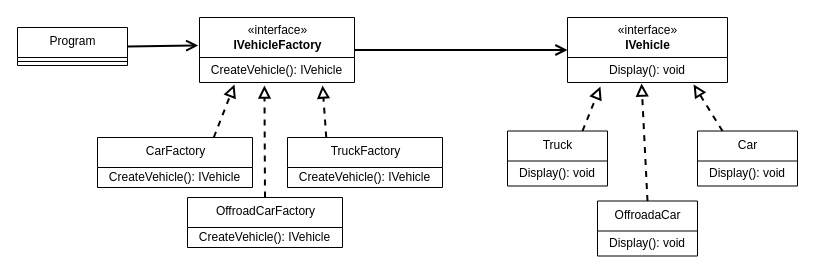
This is DesignPatterns/Creational/FactoryMethod/Uml/factory_method.drawio from krystianpetek/DesignPatterns, a draw.io file, before an edit. Source tidied: cells renumbered, new cells numbered last; positions are measured from the earlier drawing's top-left corner, leaving out a move shared by most shapes. Both pictures are drawn from the tidied source at 100%, with x=0, y=0 at pixel (17, 17).
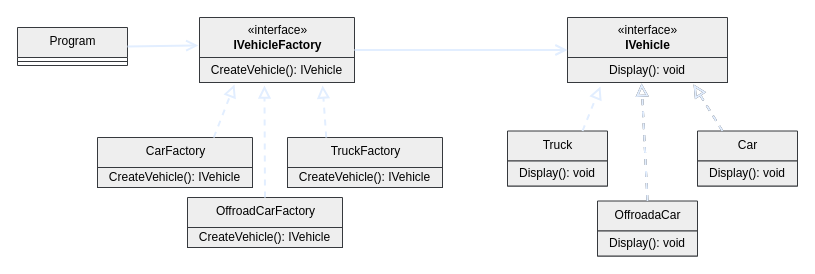
The same page after the edit.

Commit message (it also covers changes not shown here):
Created Singleton pattern example and fixed added also UML diagram

Diff of the diagram source:
```diff
@@
-    <mxCell id="2" value="&lt;span style=&quot;font-weight: 400;&quot;&gt;«interface»&lt;/span&gt;&lt;br style=&quot;font-weight: 400;&quot;&gt;&lt;b&gt;IVehicleFactory&lt;/b&gt;" style="swimlane;fontStyle=1;align=center;verticalAlign=middle;horizontal=1;startSize=40;html=1;" parent="1" vertex="1">
+    <mxCell id="2" value="&lt;span style=&quot;font-weight: 400;&quot;&gt;«interface»&lt;/span&gt;&lt;br style=&quot;font-weight: 400;&quot;&gt;&lt;b&gt;IVehicleFactory&lt;/b&gt;" style="swimlane;fontStyle=1;align=center;verticalAlign=middle;horizontal=1;startSize=40;html=1;fillColor=#eeeeee;strokeColor=#36393D;fontColor=#000000;" parent="1" vertex="1">
       <mxGeometry x="182" width="155" height="65" as="geometry" />
     </mxCell>
-    <mxCell id="3" value="CreateVehicle(): IVehicle" style="text;html=1;strokeColor=none;fillColor=none;align=center;verticalAlign=middle;spacingLeft=4;spacingRight=4;overflow=hidden;points=[[0,0.5],[1,0.5]];portConstraint=eastwest;" parent="2" vertex="1">
+    <mxCell id="3" value="CreateVehicle(): IVehicle" style="text;html=1;align=center;verticalAlign=middle;spacingLeft=4;spacingRight=4;overflow=hidden;points=[[0,0.5],[1,0.5]];portConstraint=eastwest;fillColor=#eeeeee;strokeColor=#36393D;fontColor=#000000;" parent="2" vertex="1">
       <mxGeometry y="40" width="155" height="25" as="geometry" />
     </mxCell>
-    <mxCell id="4" value="Program" style="swimlane;fontStyle=0;align=center;verticalAlign=top;horizontal=1;startSize=30;html=1;" parent="1" vertex="1">
+    <mxCell id="4" value="Program" style="swimlane;fontStyle=0;align=center;verticalAlign=top;horizontal=1;startSize=30;html=1;swimlaneFillColor=none;fillColor=#eeeeee;strokeColor=#36393D;fontColor=#000000;" parent="1" vertex="1">
       <mxGeometry y="10" width="110" height="38" as="geometry" />
     </mxCell>
-    <mxCell id="5" style="line;strokeWidth=1;fillColor=none;align=left;verticalAlign=middle;spacingTop=-1;spacingLeft=3;spacingRight=3;labelPosition=right;" parent="4" vertex="1">
+    <mxCell id="5" style="line;strokeWidth=1;align=left;verticalAlign=middle;spacingTop=-1;spacingLeft=3;spacingRight=3;labelPosition=right;fillColor=#eeeeee;strokeColor=#36393D;fontColor=#000000;" parent="4" vertex="1">
       <mxGeometry y="30" width="110" height="8" as="geometry" />
     </mxCell>
-    <mxCell id="6" style="endArrow=open;startArrow=none;endFill=0;startFill=0;endSize=8;html=1;verticalAlign=bottom;labelBackgroundColor=none;strokeWidth=2;sketch=0;exitX=1;exitY=0.5;exitDx=0;exitDy=0;entryX=-0.008;entryY=0.431;entryDx=0;entryDy=0;entryPerimeter=0;" parent="1" edge="1" source="4" target="2">
+    <mxCell id="6" style="endArrow=open;startArrow=none;endFill=0;startFill=0;endSize=8;html=1;verticalAlign=bottom;labelBackgroundColor=none;strokeWidth=2;sketch=0;exitX=1;exitY=0.5;exitDx=0;exitDy=0;entryX=-0.008;entryY=0.431;entryDx=0;entryDy=0;entryPerimeter=0;fillColor=#eeeeee;strokeColor=#E2EEFF;fontColor=#000000;" parent="1" edge="1" source="4" target="2">
       <mxGeometry relative="1" as="geometry" />
     </mxCell>
-    <mxCell id="7" value="CarFactory" style="swimlane;fontStyle=0;align=center;verticalAlign=top;horizontal=1;startSize=30;html=1;" parent="1" vertex="1">
+    <mxCell id="7" value="CarFactory" style="swimlane;fontStyle=0;align=center;verticalAlign=top;horizontal=1;startSize=30;html=1;fillColor=#eeeeee;strokeColor=#36393D;fontColor=#000000;" parent="1" vertex="1">
       <mxGeometry x="80" y="120" width="155" height="50" as="geometry" />
     </mxCell>
-    <mxCell id="8" value="CreateVehicle(): IVehicle" style="text;html=1;strokeColor=none;fillColor=none;align=center;verticalAlign=middle;spacingLeft=4;spacingRight=4;overflow=hidden;" parent="7" vertex="1">
+    <mxCell id="8" value="CreateVehicle(): IVehicle" style="text;html=1;align=center;verticalAlign=middle;spacingLeft=4;spacingRight=4;overflow=hidden;fillColor=#eeeeee;strokeColor=#36393D;fontColor=#000000;" parent="7" vertex="1">
       <mxGeometry y="30" width="155" height="20" as="geometry" />
     </mxCell>
-    <mxCell id="9" value="&lt;span style=&quot;font-weight: 400;&quot;&gt;«interface»&lt;/span&gt;&lt;br style=&quot;font-weight: 400;&quot;&gt;&lt;b&gt;IVehicle&lt;/b&gt;" style="swimlane;fontStyle=1;align=center;verticalAlign=middle;horizontal=1;startSize=40;html=1;" parent="1" vertex="1">
+    <mxCell id="9" value="&lt;span style=&quot;font-weight: 400;&quot;&gt;«interface»&lt;/span&gt;&lt;br style=&quot;font-weight: 400;&quot;&gt;&lt;b&gt;IVehicle&lt;/b&gt;" style="swimlane;fontStyle=1;align=center;verticalAlign=middle;horizontal=1;startSize=40;html=1;fillColor=#eeeeee;strokeColor=#36393D;fontColor=#000000;" parent="1" vertex="1">
       <mxGeometry x="550" width="160" height="65" as="geometry" />
     </mxCell>
-    <mxCell id="10" value="Display(): void" style="text;html=1;strokeColor=none;fillColor=none;align=center;verticalAlign=middle;spacingLeft=4;spacingRight=4;overflow=hidden;points=[[0,0.5],[1,0.5]];portConstraint=eastwest;" parent="9" vertex="1">
+    <mxCell id="10" value="Display(): void" style="text;html=1;align=center;verticalAlign=middle;spacingLeft=4;spacingRight=4;overflow=hidden;points=[[0,0.5],[1,0.5]];portConstraint=eastwest;fillColor=#eeeeee;strokeColor=#36393D;fontColor=#000000;" parent="9" vertex="1">
       <mxGeometry y="40" width="160" height="25" as="geometry" />
     </mxCell>
-    <mxCell id="11" value="OffroadCarFactory" style="swimlane;fontStyle=0;align=center;verticalAlign=top;horizontal=1;startSize=30;html=1;" parent="1" vertex="1">
+    <mxCell id="11" value="OffroadCarFactory" style="swimlane;fontStyle=0;align=center;verticalAlign=top;horizontal=1;startSize=30;html=1;fillColor=#eeeeee;strokeColor=#36393D;fontColor=#000000;" parent="1" vertex="1">
       <mxGeometry x="170" y="180" width="155" height="50" as="geometry" />
     </mxCell>
-    <mxCell id="12" value="CreateVehicle(): IVehicle" style="text;html=1;strokeColor=none;fillColor=none;align=center;verticalAlign=middle;spacingLeft=4;spacingRight=4;overflow=hidden;" parent="11" vertex="1">
+    <mxCell id="12" value="CreateVehicle(): IVehicle" style="text;html=1;align=center;verticalAlign=middle;spacingLeft=4;spacingRight=4;overflow=hidden;fillColor=#eeeeee;strokeColor=#36393D;fontColor=#000000;" parent="11" vertex="1">
       <mxGeometry y="30" width="155" height="20" as="geometry" />
     </mxCell>
-    <mxCell id="13" value="TruckFactory" style="swimlane;fontStyle=0;align=center;verticalAlign=top;horizontal=1;startSize=30;html=1;" parent="1" vertex="1">
+    <mxCell id="13" value="TruckFactory" style="swimlane;fontStyle=0;align=center;verticalAlign=top;horizontal=1;startSize=30;html=1;fillColor=#eeeeee;strokeColor=#36393D;fontColor=#000000;" parent="1" vertex="1">
       <mxGeometry x="270" y="120" width="155" height="50" as="geometry" />
     </mxCell>
-    <mxCell id="14" value="CreateVehicle(): IVehicle" style="text;html=1;strokeColor=none;fillColor=none;align=center;verticalAlign=middle;spacingLeft=4;spacingRight=4;overflow=hidden;" parent="13" vertex="1">
+    <mxCell id="14" value="CreateVehicle(): IVehicle" style="text;html=1;align=center;verticalAlign=middle;spacingLeft=4;spacingRight=4;overflow=hidden;fillColor=#eeeeee;strokeColor=#36393D;fontColor=#000000;" parent="13" vertex="1">
       <mxGeometry y="30" width="155" height="20" as="geometry" />
     </mxCell>
-    <mxCell id="15" style="endArrow=block;startArrow=none;endFill=0;startFill=0;endSize=8;html=1;verticalAlign=bottom;dashed=1;labelBackgroundColor=none;strokeWidth=2;entryX=0.226;entryY=1.08;entryDx=0;entryDy=0;entryPerimeter=0;exitX=0.75;exitY=0;exitDx=0;exitDy=0;" parent="1" edge="1" source="7" target="3">
+    <mxCell id="15" style="endArrow=block;startArrow=none;endFill=0;startFill=0;endSize=8;html=1;verticalAlign=bottom;dashed=1;labelBackgroundColor=none;strokeWidth=2;entryX=0.226;entryY=1.08;entryDx=0;entryDy=0;entryPerimeter=0;exitX=0.75;exitY=0;exitDx=0;exitDy=0;fillColor=#eeeeee;strokeColor=#E2EEFF;fontColor=#000000;" parent="1" edge="1" source="7" target="3">
       <mxGeometry relative="1" as="geometry" />
     </mxCell>
-    <mxCell id="16" style="endArrow=open;startArrow=none;endFill=0;startFill=0;endSize=8;html=1;verticalAlign=bottom;labelBackgroundColor=none;strokeWidth=2;entryX=0;entryY=0.5;entryDx=0;entryDy=0;exitX=1;exitY=0.5;exitDx=0;exitDy=0;" parent="1" edge="1" source="2" target="9">
+    <mxCell id="16" style="endArrow=open;startArrow=none;endFill=0;startFill=0;endSize=8;html=1;verticalAlign=bottom;labelBackgroundColor=none;strokeWidth=2;entryX=0;entryY=0.5;entryDx=0;entryDy=0;exitX=1;exitY=0.5;exitDx=0;exitDy=0;fillColor=#eeeeee;strokeColor=#E2EEFF;fontColor=#000000;" parent="1" edge="1" source="2" target="9">
       <mxGeometry relative="1" as="geometry" />
     </mxCell>
-    <mxCell id="17" style="endArrow=block;startArrow=none;endFill=0;startFill=0;endSize=8;html=1;verticalAlign=bottom;dashed=1;labelBackgroundColor=none;strokeWidth=2;entryX=0.794;entryY=1.12;entryDx=0;entryDy=0;entryPerimeter=0;exitX=0.25;exitY=0;exitDx=0;exitDy=0;" parent="1" edge="1" source="13" target="3">
+    <mxCell id="17" style="endArrow=block;startArrow=none;endFill=0;startFill=0;endSize=8;html=1;verticalAlign=bottom;dashed=1;labelBackgroundColor=none;strokeWidth=2;entryX=0.794;entryY=1.12;entryDx=0;entryDy=0;entryPerimeter=0;exitX=0.25;exitY=0;exitDx=0;exitDy=0;fillColor=#eeeeee;strokeColor=#E2EEFF;fontColor=#000000;" parent="1" edge="1" source="13" target="3">
       <mxGeometry relative="1" as="geometry" />
     </mxCell>
-    <mxCell id="18" style="endArrow=block;startArrow=none;endFill=0;startFill=0;endSize=8;html=1;verticalAlign=bottom;dashed=1;labelBackgroundColor=none;strokeWidth=2;entryX=0.419;entryY=1.12;entryDx=0;entryDy=0;entryPerimeter=0;exitX=0.5;exitY=0;exitDx=0;exitDy=0;" parent="1" edge="1" source="11" target="3">
+    <mxCell id="18" style="endArrow=block;startArrow=none;endFill=0;startFill=0;endSize=8;html=1;verticalAlign=bottom;dashed=1;labelBackgroundColor=none;strokeWidth=2;entryX=0.419;entryY=1.12;entryDx=0;entryDy=0;entryPerimeter=0;exitX=0.5;exitY=0;exitDx=0;exitDy=0;fillColor=#eeeeee;strokeColor=#E2EEFF;fontColor=#000000;" parent="1" edge="1" source="11" target="3">
       <mxGeometry relative="1" as="geometry" />
     </mxCell>
-    <mxCell id="19" value="Truck" style="swimlane;fontStyle=0;align=center;verticalAlign=top;horizontal=1;startSize=30;html=1;" parent="1" vertex="1">
+    <mxCell id="19" value="Truck" style="swimlane;fontStyle=0;align=center;verticalAlign=top;horizontal=1;startSize=30;html=1;fillColor=#eeeeee;strokeColor=#36393D;fontColor=#000000;" parent="1" vertex="1">
       <mxGeometry x="490" y="113.5" width="100" height="55" as="geometry" />
     </mxCell>
-    <mxCell id="20" value="Display(): void" style="text;html=1;strokeColor=none;fillColor=none;align=center;verticalAlign=middle;spacingLeft=4;spacingRight=4;overflow=hidden;" parent="19" vertex="1">
+    <mxCell id="20" value="Display(): void" style="text;html=1;align=center;verticalAlign=middle;spacingLeft=4;spacingRight=4;overflow=hidden;fillColor=#eeeeee;strokeColor=#36393D;fontColor=#000000;" parent="19" vertex="1">
       <mxGeometry y="30" width="100" height="25" as="geometry" />
     </mxCell>
-    <mxCell id="21" style="endArrow=block;startArrow=none;endFill=0;startFill=0;endSize=8;html=1;verticalAlign=bottom;dashed=1;labelBackgroundColor=none;strokeWidth=2;entryX=0.206;entryY=1.16;entryDx=0;entryDy=0;entryPerimeter=0;exitX=0.75;exitY=0;exitDx=0;exitDy=0;" parent="1" edge="1" source="19" target="10">
+    <mxCell id="21" style="endArrow=block;startArrow=none;endFill=0;startFill=0;endSize=8;html=1;verticalAlign=bottom;dashed=1;labelBackgroundColor=none;strokeWidth=2;entryX=0.206;entryY=1.16;entryDx=0;entryDy=0;entryPerimeter=0;exitX=0.75;exitY=0;exitDx=0;exitDy=0;fillColor=#eeeeee;strokeColor=#E2EEFF;fontColor=#000000;" parent="1" edge="1" source="19" target="10">
       <mxGeometry relative="1" as="geometry" />
     </mxCell>
-    <mxCell id="22" value="Car" style="swimlane;fontStyle=0;align=center;verticalAlign=top;horizontal=1;startSize=30;html=1;" parent="1" vertex="1">
+    <mxCell id="22" value="Car" style="swimlane;fontStyle=0;align=center;verticalAlign=top;horizontal=1;startSize=30;html=1;fillColor=#eeeeee;strokeColor=#36393D;fontColor=#000000;" parent="1" vertex="1">
       <mxGeometry x="680" y="113.5" width="100" height="55" as="geometry" />
     </mxCell>
-    <mxCell id="23" value="Display(): void" style="text;html=1;strokeColor=none;fillColor=none;align=center;verticalAlign=middle;spacingLeft=4;spacingRight=4;overflow=hidden;" parent="22" vertex="1">
+    <mxCell id="23" value="Display(): void" style="text;html=1;align=center;verticalAlign=middle;spacingLeft=4;spacingRight=4;overflow=hidden;fillColor=#eeeeee;strokeColor=#36393D;fontColor=#000000;" parent="22" vertex="1">
       <mxGeometry y="30" width="100" height="25" as="geometry" />
     </mxCell>
-    <mxCell id="24" style="endArrow=block;startArrow=none;endFill=0;startFill=0;endSize=8;html=1;verticalAlign=bottom;dashed=1;labelBackgroundColor=none;strokeWidth=2;entryX=0.788;entryY=1.08;entryDx=0;entryDy=0;exitX=0.25;exitY=0;exitDx=0;exitDy=0;entryPerimeter=0;" parent="1" edge="1" source="22" target="10">
+    <mxCell id="24" style="endArrow=block;startArrow=none;endFill=0;startFill=0;endSize=8;html=1;verticalAlign=bottom;dashed=1;labelBackgroundColor=none;strokeWidth=2;entryX=0.788;entryY=1.08;entryDx=0;entryDy=0;exitX=0.25;exitY=0;exitDx=0;exitDy=0;entryPerimeter=0;fillColor=#eeeeee;strokeColor=#36393D;fontColor=#000000;" parent="1" edge="1" source="22" target="10">
       <mxGeometry relative="1" as="geometry" />
     </mxCell>
-    <mxCell id="25" value="OffroadaCar" style="swimlane;fontStyle=0;align=center;verticalAlign=top;horizontal=1;startSize=30;html=1;" parent="1" vertex="1">
+    <mxCell id="25" value="OffroadaCar" style="swimlane;fontStyle=0;align=center;verticalAlign=top;horizontal=1;startSize=30;html=1;fillColor=#eeeeee;strokeColor=#36393D;fontColor=#000000;" parent="1" vertex="1">
       <mxGeometry x="580" y="183.5" width="100" height="55" as="geometry" />
     </mxCell>
-    <mxCell id="26" value="Display(): void" style="text;html=1;strokeColor=none;fillColor=none;align=center;verticalAlign=middle;spacingLeft=4;spacingRight=4;overflow=hidden;" parent="25" vertex="1">
+    <mxCell id="26" value="Display(): void" style="text;html=1;align=center;verticalAlign=middle;spacingLeft=4;spacingRight=4;overflow=hidden;fillColor=#eeeeee;strokeColor=#36393D;fontColor=#000000;" parent="25" vertex="1">
       <mxGeometry y="30" width="100" height="25" as="geometry" />
     </mxCell>
-    <mxCell id="27" style="endArrow=block;startArrow=none;endFill=0;startFill=0;endSize=8;html=1;verticalAlign=bottom;dashed=1;labelBackgroundColor=none;strokeWidth=2;entryX=0.463;entryY=1.04;entryDx=0;entryDy=0;entryPerimeter=0;exitX=0.5;exitY=0;exitDx=0;exitDy=0;" parent="1" edge="1" source="25" target="10">
+    <mxCell id="27" style="endArrow=block;startArrow=none;endFill=0;startFill=0;endSize=8;html=1;verticalAlign=bottom;dashed=1;labelBackgroundColor=none;strokeWidth=2;entryX=0.463;entryY=1.04;entryDx=0;entryDy=0;entryPerimeter=0;exitX=0.5;exitY=0;exitDx=0;exitDy=0;fillColor=#eeeeee;strokeColor=#36393D;fontColor=#000000;" parent="1" edge="1" source="25" target="10">
       <mxGeometry relative="1" as="geometry" />
     </mxCell>
+    <mxCell id="28" style="endArrow=block;startArrow=none;endFill=0;startFill=0;endSize=8;html=1;verticalAlign=bottom;dashed=1;labelBackgroundColor=none;strokeWidth=2;entryX=0.463;entryY=1.04;entryDx=0;entryDy=0;entryPerimeter=0;exitX=0.5;exitY=0;exitDx=0;exitDy=0;fillColor=#eeeeee;strokeColor=#E2EEFF;fontColor=#000000;" parent="1" edge="1">
+      <mxGeometry relative="1" as="geometry">
+        <mxPoint x="630" y="183.5" as="sourcePoint" />
+        <mxPoint x="624.1" y="66" as="targetPoint" />
+      </mxGeometry>
+    </mxCell>
+    <mxCell id="29" style="endArrow=block;startArrow=none;endFill=0;startFill=0;endSize=8;html=1;verticalAlign=bottom;dashed=1;labelBackgroundColor=none;strokeWidth=2;entryX=0.788;entryY=1.08;entryDx=0;entryDy=0;exitX=0.25;exitY=0;exitDx=0;exitDy=0;entryPerimeter=0;fillColor=#eeeeee;strokeColor=#E2EEFF;fontColor=#000000;" parent="1" edge="1">
+      <mxGeometry relative="1" as="geometry">
+        <mxPoint x="705" y="113.5" as="sourcePoint" />
+        <mxPoint x="676.1" y="67" as="targetPoint" />
+      </mxGeometry>
+    </mxCell>
```
